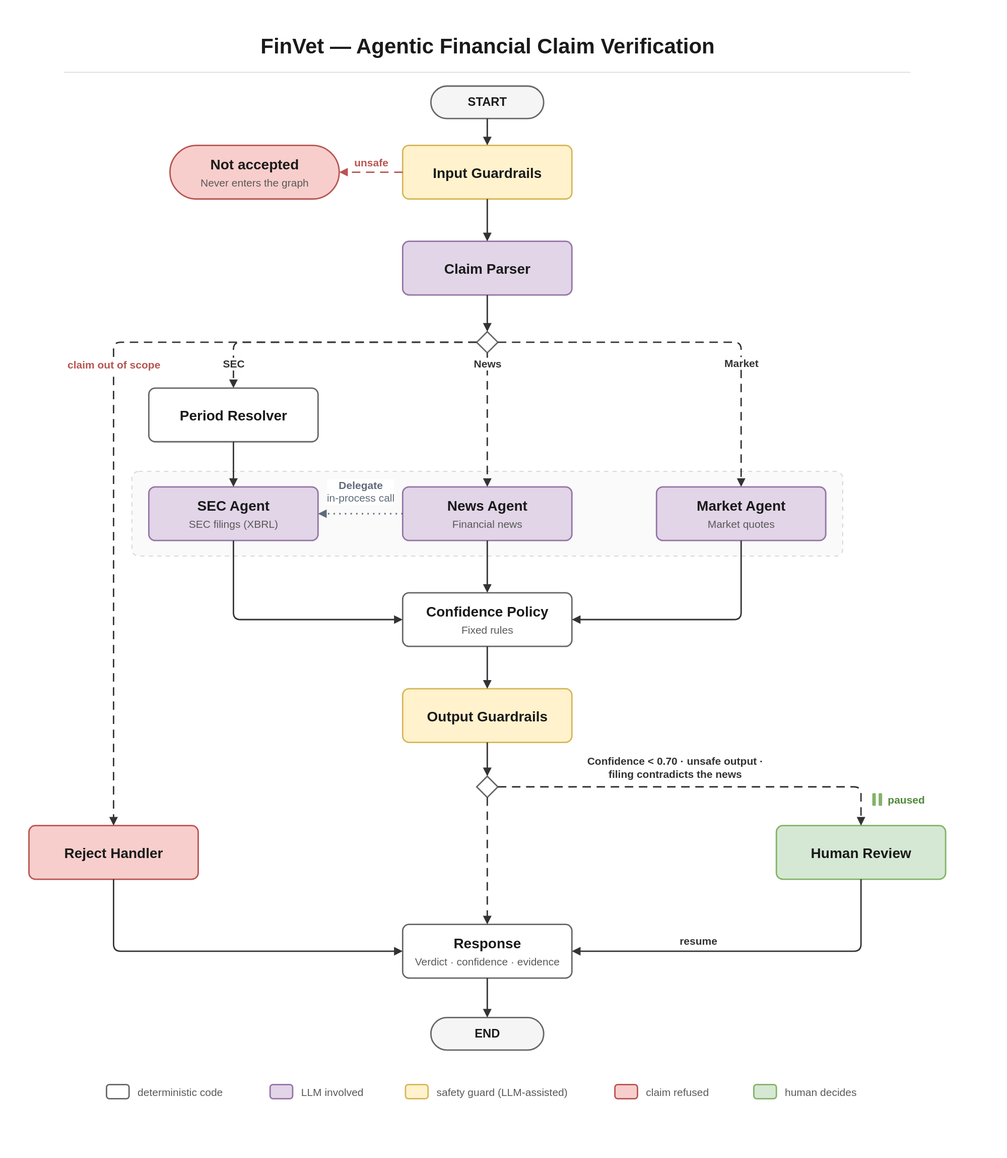
Before: docs/diagrams/finvet-linkedin.svg, a diagram exported from draw.io (danielberhane/finvet). Source tidied: cells renumbered, new cells last; positions are measured from the earlier drawing's top-left corner, leaving out a move shared by most shapes.
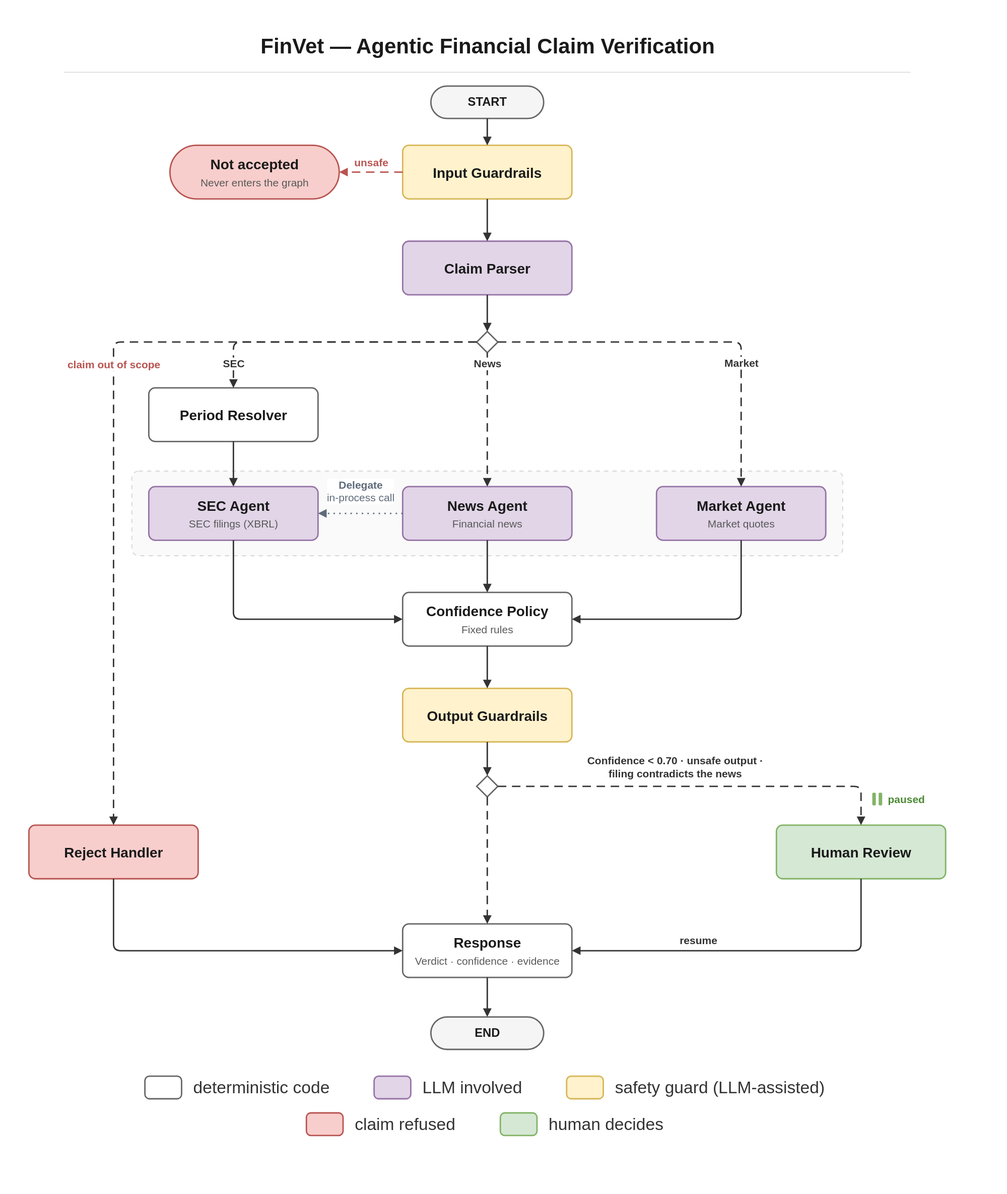
After the change.

Commit message:
docs(diagram): legend readable at README width (#26)

* docs(diagram): legend readable at README width

Legend labels match the node titles (20 px, darker grey) and the swatches
are larger; the row is re-centred. No other element or word changes.

* docs(diagram): legend at 24 px in two centred rows

At 20 px on one row the legend was still hard to read at README width.

Diff of the diagram source:
```diff
@@ -152,34 +152,34 @@
       <mxGeometry relative="1" as="geometry" />
     </mxCell>
     <mxCell id="44" style="rounded=1;arcSize=20;html=1;fillColor=#FFFFFF;strokeColor=#666666;strokeWidth=2;" parent="1" vertex="1">
-      <mxGeometry x="110" y="1497" width="32" height="20" as="geometry" />
+      <mxGeometry x="164.5" y="1486" width="52" height="32" as="geometry" />
     </mxCell>
-    <mxCell id="45" value="deterministic code" style="text;html=1;align=left;verticalAlign=middle;fontFamily=Helvetica;fontSize=15;fontColor=#595959;" parent="1" vertex="1">
-      <mxGeometry x="152" y="1494" width="150" height="26" as="geometry" />
+    <mxCell id="45" value="deterministic code" style="text;html=1;align=left;verticalAlign=middle;fontFamily=Helvetica;fontSize=24;fontColor=#333333;" parent="1" vertex="1">
+      <mxGeometry x="230.5" y="1484" width="203" height="36" as="geometry" />
     </mxCell>
     <mxCell id="46" style="rounded=1;arcSize=20;html=1;fillColor=#E1D5E7;strokeColor=#9673A6;strokeWidth=2;" parent="1" vertex="1">
-      <mxGeometry x="342" y="1497" width="32" height="20" as="geometry" />
+      <mxGeometry x="489.5" y="1486" width="52" height="32" as="geometry" />
     </mxCell>
-    <mxCell id="47" value="LLM involved" style="text;html=1;align=left;verticalAlign=middle;fontFamily=Helvetica;fontSize=15;fontColor=#595959;" parent="1" vertex="1">
-      <mxGeometry x="384" y="1494" width="110" height="26" as="geometry" />
+    <mxCell id="47" value="LLM involved" style="text;html=1;align=left;verticalAlign=middle;fontFamily=Helvetica;fontSize=24;fontColor=#333333;" parent="1" vertex="1">
+      <mxGeometry x="555.5" y="1484" width="151" height="36" as="geometry" />
     </mxCell>
     <mxCell id="48" style="rounded=1;arcSize=20;html=1;fillColor=#FFF2CC;strokeColor=#D6B656;strokeWidth=2;" parent="1" vertex="1">
-      <mxGeometry x="534" y="1497" width="32" height="20" as="geometry" />
+      <mxGeometry x="762.5" y="1486" width="52" height="32" as="geometry" />
     </mxCell>
-    <mxCell id="49" value="safety guard (LLM-assisted)" style="text;html=1;align=left;verticalAlign=middle;fontFamily=Helvetica;fontSize=15;fontColor=#595959;" parent="1" vertex="1">
-      <mxGeometry x="576" y="1494" width="215" height="26" as="geometry" />
+    <mxCell id="49" value="safety guard (LLM-assisted)" style="text;html=1;align=left;verticalAlign=middle;fontFamily=Helvetica;fontSize=24;fontColor=#333333;" parent="1" vertex="1">
+      <mxGeometry x="828.5" y="1484" width="307" height="36" as="geometry" />
     </mxCell>
     <mxCell id="50" style="rounded=1;arcSize=20;html=1;fillColor=#F8CECC;strokeColor=#B85450;strokeWidth=2;" parent="1" vertex="1">
-      <mxGeometry x="831" y="1497" width="32" height="20" as="geometry" />
+      <mxGeometry x="393.5" y="1538" width="52" height="32" as="geometry" />
     </mxCell>
-    <mxCell id="51" value="claim refused" style="text;html=1;align=left;verticalAlign=middle;fontFamily=Helvetica;fontSize=15;fontColor=#595959;" parent="1" vertex="1">
-      <mxGeometry x="873" y="1494" width="115" height="26" as="geometry" />
+    <mxCell id="51" value="claim refused" style="text;html=1;align=left;verticalAlign=middle;fontFamily=Helvetica;fontSize=24;fontColor=#333333;" parent="1" vertex="1">
+      <mxGeometry x="459.5" y="1536" width="153" height="36" as="geometry" />
     </mxCell>
     <mxCell id="52" style="rounded=1;arcSize=20;html=1;fillColor=#D5E8D4;strokeColor=#82B366;strokeWidth=2;" parent="1" vertex="1">
-      <mxGeometry x="1028" y="1497" width="32" height="20" as="geometry" />
+      <mxGeometry x="668.5" y="1538" width="52" height="32" as="geometry" />
     </mxCell>
-    <mxCell id="53" value="human decides" style="text;html=1;align=left;verticalAlign=middle;fontFamily=Helvetica;fontSize=15;fontColor=#595959;" parent="1" vertex="1">
-      <mxGeometry x="1070" y="1494" width="120" height="26" as="geometry" />
+    <mxCell id="53" value="human decides" style="text;html=1;align=left;verticalAlign=middle;fontFamily=Helvetica;fontSize=24;fontColor=#333333;" parent="1" vertex="1">
+      <mxGeometry x="734.5" y="1536" width="172" height="36" as="geometry" />
     </mxCell>
   </root>
 </mxGraphModel>
```
